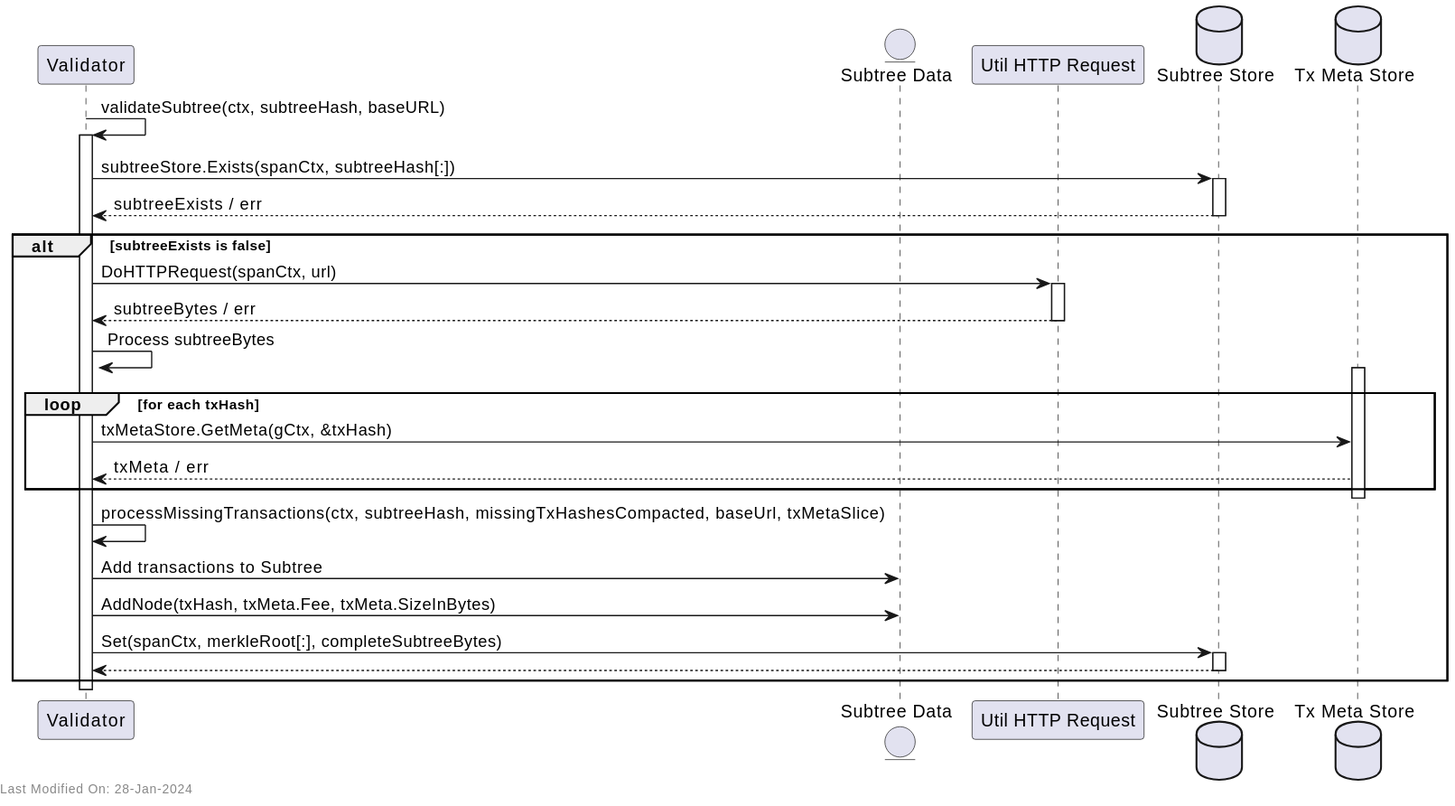
freemans13/teranode keeps this PlantUML diagram as docs/services/img/plantuml/blockvalidation/block_validation_p2p_block_subtree_retrieval.svg. Above is the earlier version. Its source is kept beside it as docs/services/img/plantuml/blockvalidation/block_validation_p2p_block_subtree_retrieval.puml.
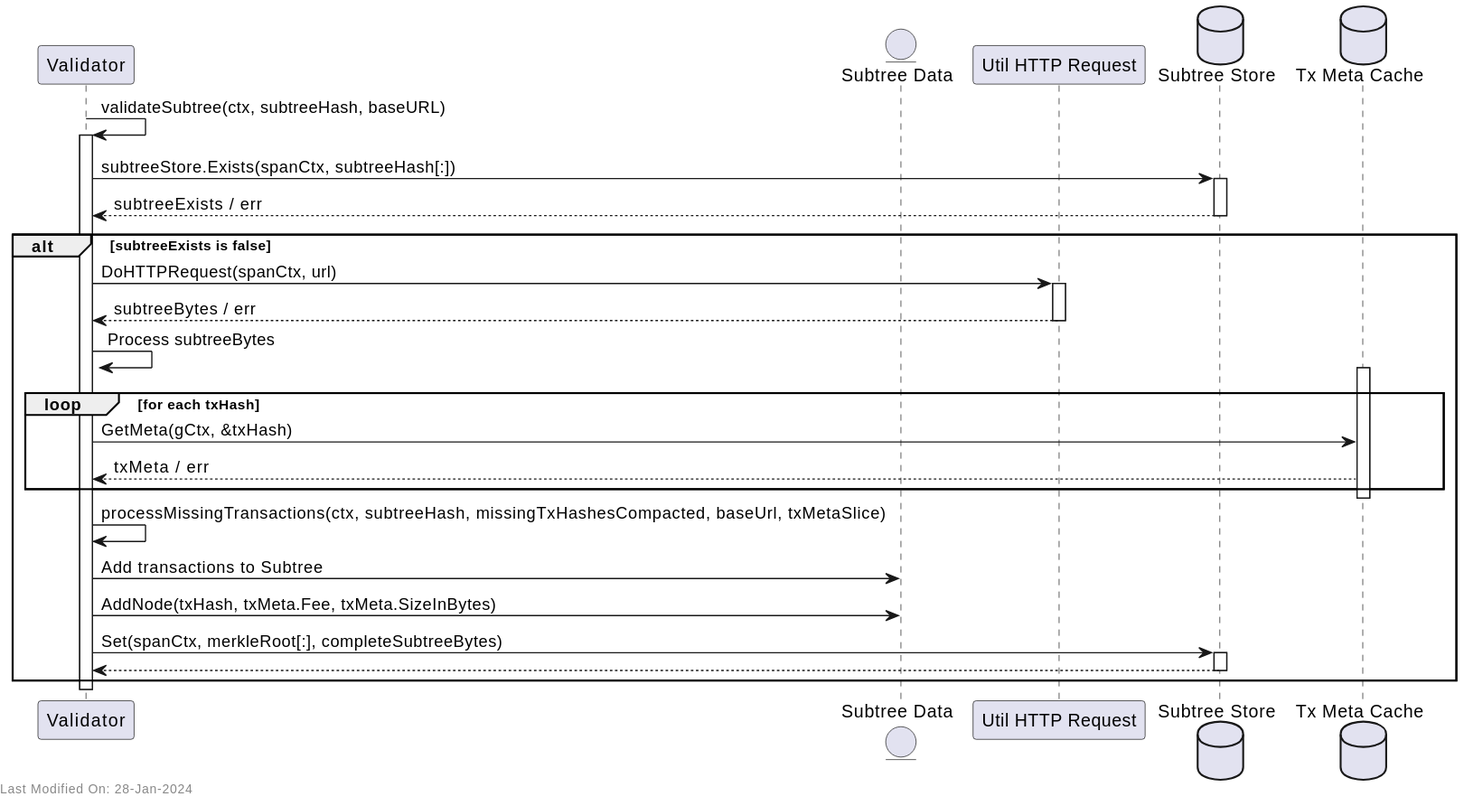
After the change.

Diff of the diagram source:
```diff
@@ -3,7 +3,7 @@
 entity "Subtree Data" as SubtreeData
 participant "Util HTTP Request" as Util
 database "Subtree Store" as SubtreeStore
-database "Tx Meta Store" as TxMetaStore
+database "Tx Meta Cache" as TxMetaStore
 
 
 ValidateSubtree -> ValidateSubtree: validateSubtree(ctx, subtreeHash, baseURL)
@@ -23,7 +23,7 @@
     ValidateSubtree -> ValidateSubtree: Process subtreeBytes
     activate TxMetaStore
     loop for each txHash
-       ValidateSubtree -> TxMetaStore: txMetaStore.GetMeta(gCtx, &txHash)
+       ValidateSubtree -> TxMetaStore: GetMeta(gCtx, &txHash)
         TxMetaStore --> ValidateSubtree: txMeta / err
     end
     deactivate TxMetaStore
```
